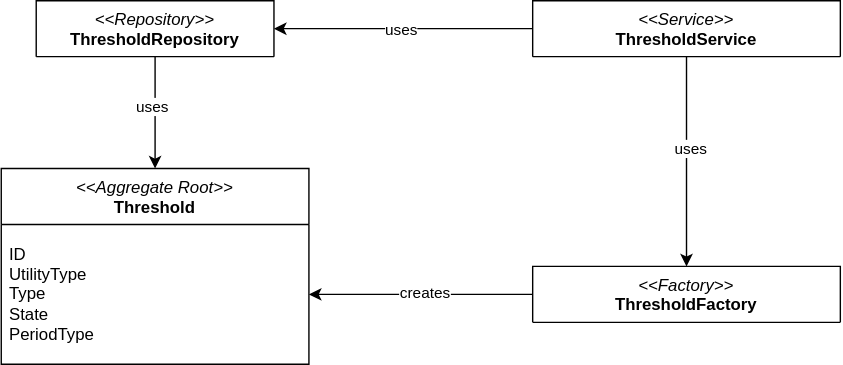
This is docs/report/img/uml/threshold_ddd.svg from EnergyConsumptionOptimizer/documentation, a draw.io export, as it was before one commit. Source tidied: cells renumbered, new cells last; positions are measured from the earlier drawing's top-left corner, leaving out a move shared by most shapes.
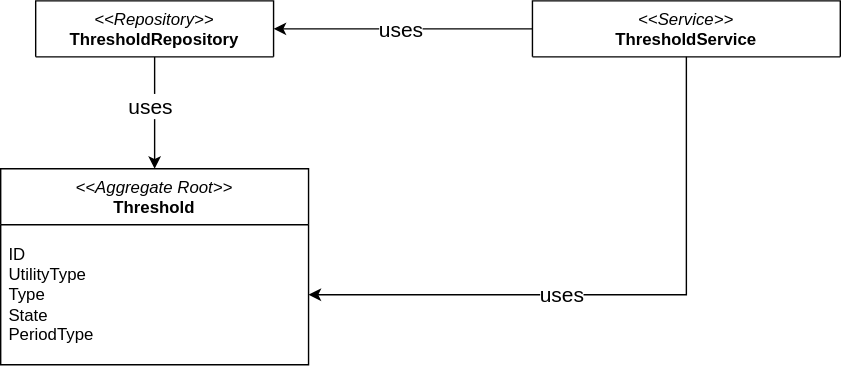
After the commit.

Change to the diagram source:
```diff
@@ -2,36 +2,29 @@
   <root>
     <mxCell id="0" />
     <mxCell id="1" parent="0" />
-    <mxCell id="2" style="edgeStyle=orthogonalEdgeStyle;rounded=0;jettySize=auto;html=1;entryX=0.5;entryY=0;entryDx=0;entryDy=0;" parent="1" edge="1" source="6" target="9">
-      <mxGeometry relative="1" as="geometry" />
-    </mxCell>
-    <mxCell id="3" value="uses" style="edgeLabel;html=1;align=center;verticalAlign=middle;" parent="2" vertex="1">
-      <mxGeometry x="-0.14" y="2" relative="1" as="geometry" />
-    </mxCell>
     <mxCell id="4" style="edgeStyle=orthogonalEdgeStyle;rounded=0;jettySize=auto;html=1;entryX=1;entryY=0.5;entryDx=0;entryDy=0;" parent="1" edge="1" source="6" target="12">
       <mxGeometry relative="1" as="geometry" />
     </mxCell>
-    <mxCell id="5" value="uses" style="edgeLabel;html=1;align=center;verticalAlign=middle;" parent="4" vertex="1">
-      <mxGeometry x="0.02" relative="1" as="geometry" />
-    </mxCell>
+    <mxCell id="15" value="uses" style="edgeLabel;html=1;align=center;verticalAlign=middle;fontSize=15;" parent="4" vertex="1">
+      <mxGeometry x="0.02" relative="1" as="geometry" />
+    </mxCell>
     <mxCell id="6" value="&lt;i&gt;&amp;lt;&amp;lt;Service&amp;gt;&amp;gt;&lt;/i&gt;&lt;br&gt;&lt;b&gt;Threshold&lt;/b&gt;&lt;b&gt;Service&lt;/b&gt;" style="swimlane;fontStyle=0;align=center;verticalAlign=top;horizontal=1;startSize=40;html=1;whiteSpace=wrap;" parent="1" vertex="1">
       <mxGeometry x="380" width="220" height="40" as="geometry" />
     </mxCell>
-    <mxCell id="7" style="edgeStyle=orthogonalEdgeStyle;rounded=0;jettySize=auto;html=1;entryX=1;entryY=0.5;entryDx=0;entryDy=0;" parent="1" edge="1" source="9" target="14">
-      <mxGeometry relative="1" as="geometry" />
-    </mxCell>
+    <mxCell id="16" style="edgeStyle=orthogonalEdgeStyle;rounded=0;jettySize=auto;html=1;entryX=1;entryY=0.5;entryDx=0;entryDy=0;exitX=0.5;exitY=1;exitDx=0;exitDy=0;" parent="1" edge="1" source="6" target="14">
+      <mxGeometry relative="1" as="geometry" />
+    </mxCell>
-    <mxCell id="8" value="creates" style="edgeLabel;html=1;align=center;verticalAlign=middle;" parent="7" vertex="1">
-      <mxGeometry x="-0.04" y="-2" relative="1" as="geometry" />
+    <mxCell id="8" value="creates" style="edgeLabel;html=1;align=center;verticalAlign=middle;fontSize=15;" parent="16" vertex="1">
+      <mxGeometry x="-0.04" y="-2" relative="1" as="geometry">
+        <mxPoint x="-47" y="2" as="offset" />
+      </mxGeometry>
     </mxCell>
-    <mxCell id="9" value="&lt;i&gt;&amp;lt;&amp;lt;Factory&amp;gt;&amp;gt;&lt;/i&gt;&lt;br&gt;&lt;b&gt;Threshold&lt;/b&gt;&lt;b&gt;Factory&lt;/b&gt;" style="swimlane;fontStyle=0;align=center;verticalAlign=top;horizontal=1;startSize=40;html=1;whiteSpace=wrap;" parent="1" vertex="1">
-      <mxGeometry x="380" y="190" width="220" height="40" as="geometry" />
-    </mxCell>
     <mxCell id="10" style="edgeStyle=orthogonalEdgeStyle;rounded=0;jettySize=auto;html=1;entryX=0.5;entryY=0;entryDx=0;entryDy=0;" parent="1" edge="1" source="12" target="13">
       <mxGeometry relative="1" as="geometry" />
     </mxCell>
-    <mxCell id="11" value="uses" style="edgeLabel;html=1;align=center;verticalAlign=middle;" parent="10" vertex="1">
-      <mxGeometry x="-0.13" y="-3" relative="1" as="geometry" />
-    </mxCell>
+    <mxCell id="17" value="uses" style="edgeLabel;html=1;align=center;verticalAlign=middle;fontSize=15;" parent="10" vertex="1">
+      <mxGeometry x="-0.13" y="-3" relative="1" as="geometry" />
+    </mxCell>
     <mxCell id="12" value="&lt;i&gt;&amp;lt;&amp;lt;Repository&amp;gt;&amp;gt;&lt;/i&gt;&lt;br&gt;&lt;b&gt;ThresholdRepository&lt;/b&gt;" style="swimlane;fontStyle=0;align=center;verticalAlign=top;horizontal=1;startSize=40;html=1;whiteSpace=wrap;" parent="1" vertex="1">
       <mxGeometry x="25" width="170" height="40" as="geometry" />
     </mxCell>
```
